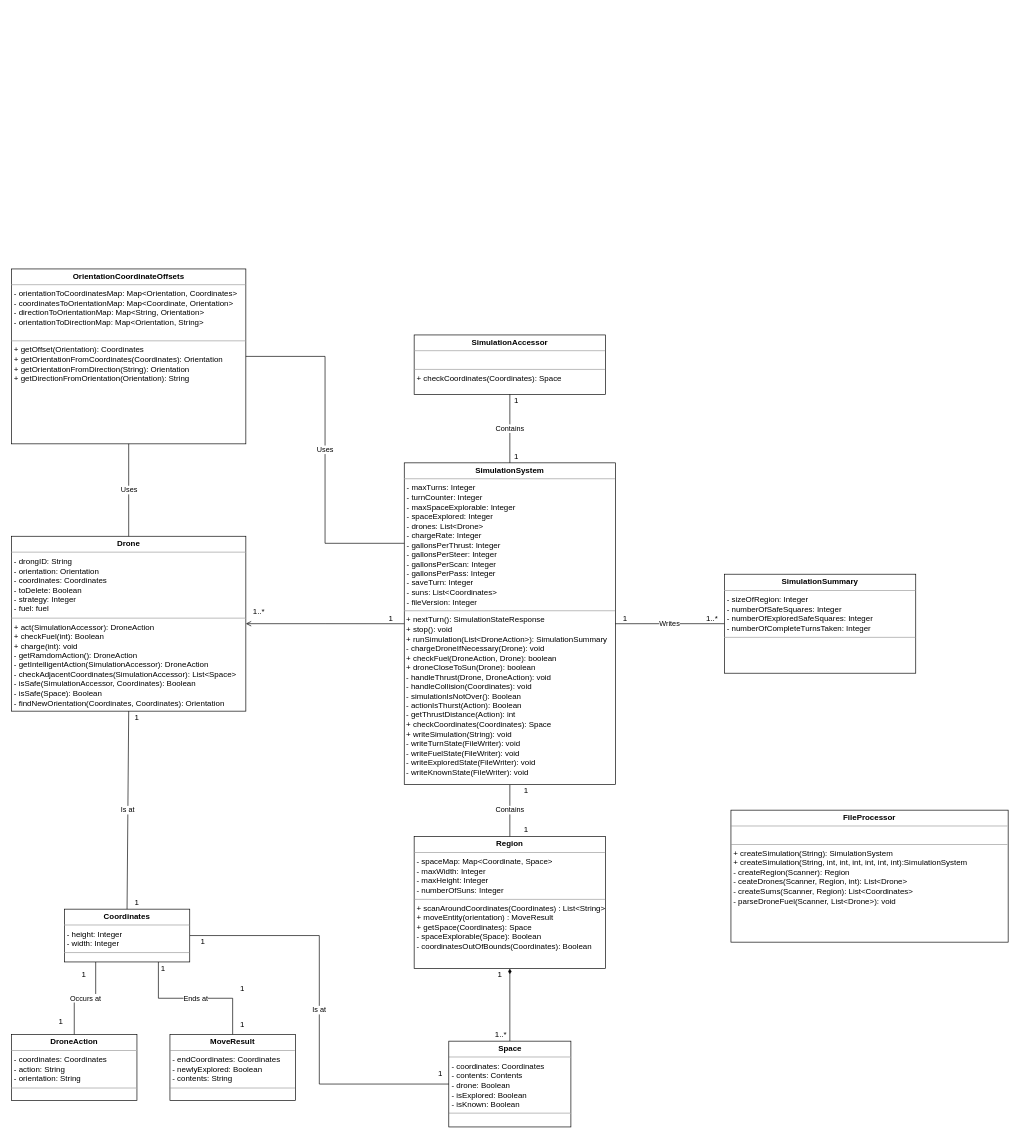
Above: Diagrams/UMLDrones.drawio in SuperChalmers/StarSearch (draw.io), before the change. Source tidied: cells renumbered, new cells numbered last; positions are measured from the earlier drawing's top-left corner, leaving out a move shared by most shapes. Both pictures are drawn from the tidied source at 66%, with x=0, y=0 at pixel (11, 269).
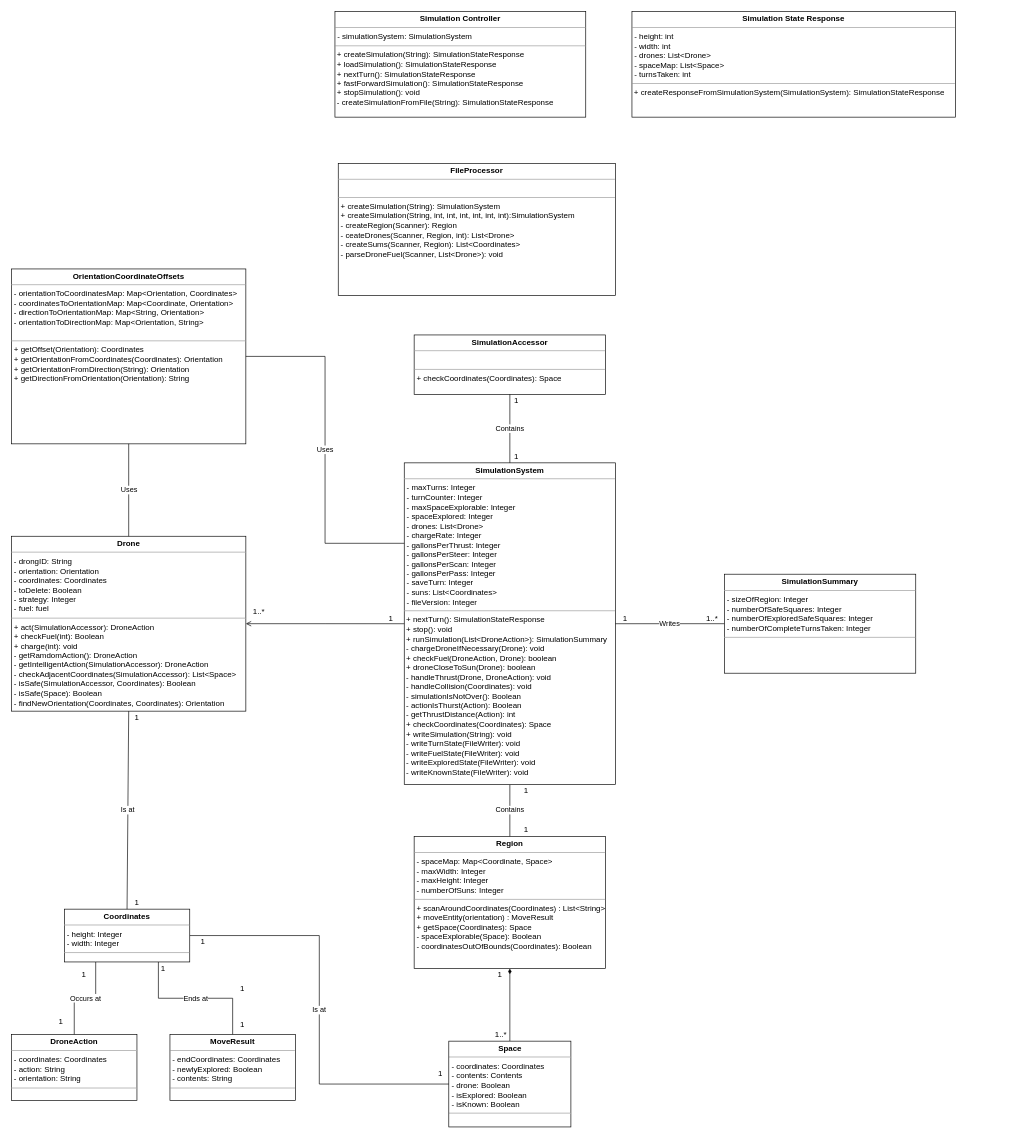
The same page after the edit.

Commit message:
Adding Simulation Controller and Simulation State Response to UML diagram

The edit, as a diff of the source:
```diff
@@
     <mxCell id="42" value="&lt;p style=&quot;margin: 0px ; margin-top: 4px ; text-align: center&quot;&gt;&lt;b&gt;FileProcessor&lt;/b&gt;&lt;/p&gt;&lt;hr size=&quot;1&quot;&gt;&lt;p style=&quot;margin: 0px ; margin-left: 4px&quot;&gt;&lt;br&gt;&lt;/p&gt;&lt;hr size=&quot;1&quot;&gt;&lt;p style=&quot;margin: 0px ; margin-left: 4px&quot;&gt;+ createSimulation(String): SimulationSystem&lt;/p&gt;&lt;p style=&quot;margin: 0px ; margin-left: 4px&quot;&gt;+ createSimulation(String, int, int, int, int, int, int):SimulationSystem&lt;/p&gt;&lt;p style=&quot;margin: 0px ; margin-left: 4px&quot;&gt;- createRegion(Scanner): Region&lt;/p&gt;&lt;p style=&quot;margin: 0px ; margin-left: 4px&quot;&gt;- ceateDrones(Scanner, Region, int): List&amp;lt;Drone&amp;gt;&lt;/p&gt;&lt;p style=&quot;margin: 0px ; margin-left: 4px&quot;&gt;- createSums(Scanner, Region): List&amp;lt;Coordinates&amp;gt;&lt;br&gt;- parseDroneFuel(Scanner, List&amp;lt;Drone&amp;gt;): void&lt;/p&gt;" style="verticalAlign=top;align=left;overflow=fill;fontSize=12;fontFamily=Helvetica;html=1;rounded=0;shadow=0;comic=0;labelBackgroundColor=none;strokeWidth=1;" parent="1" vertex="1">
-      <mxGeometry x="1090" y="820" width="420" height="200" as="geometry" />
+      <mxGeometry x="495" y="-160" width="420" height="200" as="geometry" />
     </mxCell>
+    <mxCell id="43" value="&lt;p style=&quot;margin: 0px ; margin-top: 4px ; text-align: center&quot;&gt;&lt;b&gt;Simulation Controller&lt;/b&gt;&lt;/p&gt;&lt;hr size=&quot;1&quot;&gt;&lt;p style=&quot;margin: 0px ; margin-left: 4px&quot;&gt;- simulationSystem: SimulationSystem&lt;br&gt;&lt;/p&gt;&lt;hr size=&quot;1&quot;&gt;&lt;p style=&quot;margin: 0px ; margin-left: 4px&quot;&gt;&lt;/p&gt;&amp;nbsp;+ createSimulation(String): SimulationStateResponse&lt;br&gt;&amp;nbsp;+ loadSimulation(): SimulationStateResponse&lt;br&gt;&amp;nbsp;+ nextTurn(): SimulationStateResponse&lt;br&gt;&amp;nbsp;+ fastForwardSimulation(): SimulationStateResponse&lt;br&gt;&amp;nbsp;+ stopSimulation(): void&lt;br&gt;&amp;nbsp;- createSimulationFromFile(String): SimulationStateResponse&lt;br&gt;&lt;p style=&quot;margin: 0px 0px 0px 4px&quot;&gt;&lt;br&gt;&lt;/p&gt;" style="verticalAlign=top;align=left;overflow=fill;fontSize=12;fontFamily=Helvetica;html=1;rounded=0;shadow=0;comic=0;labelBackgroundColor=none;strokeWidth=1;" parent="1" vertex="1">
+      <mxGeometry x="490" y="-390" width="380" height="160" as="geometry" />
+    </mxCell>
+    <mxCell id="44" value="&lt;p style=&quot;margin: 0px ; margin-top: 4px ; text-align: center&quot;&gt;&lt;b&gt;Simulation State Response&lt;/b&gt;&lt;/p&gt;&lt;hr size=&quot;1&quot;&gt;&lt;p style=&quot;margin: 0px ; margin-left: 4px&quot;&gt;- height: int&lt;br&gt;&lt;/p&gt;&lt;p style=&quot;margin: 0px ; margin-left: 4px&quot;&gt;- width: int&lt;/p&gt;&lt;p style=&quot;margin: 0px ; margin-left: 4px&quot;&gt;- drones: List&amp;lt;Drone&amp;gt;&lt;/p&gt;&lt;p style=&quot;margin: 0px ; margin-left: 4px&quot;&gt;- spaceMap: List&amp;lt;Space&amp;gt;&lt;/p&gt;&lt;p style=&quot;margin: 0px ; margin-left: 4px&quot;&gt;- turnsTaken: int&lt;/p&gt;&lt;hr size=&quot;1&quot;&gt;&lt;p style=&quot;margin: 0px ; margin-left: 4px&quot;&gt;&lt;/p&gt;&amp;nbsp;+ createResponseFromSimulationSystem(SimulationSystem): SimulationStateResponse&amp;nbsp;" style="verticalAlign=top;align=left;overflow=fill;fontSize=12;fontFamily=Helvetica;html=1;rounded=0;shadow=0;comic=0;labelBackgroundColor=none;strokeWidth=1;" parent="1" vertex="1">
+      <mxGeometry x="940" y="-390" width="490" height="160" as="geometry" />
+    </mxCell>
```
